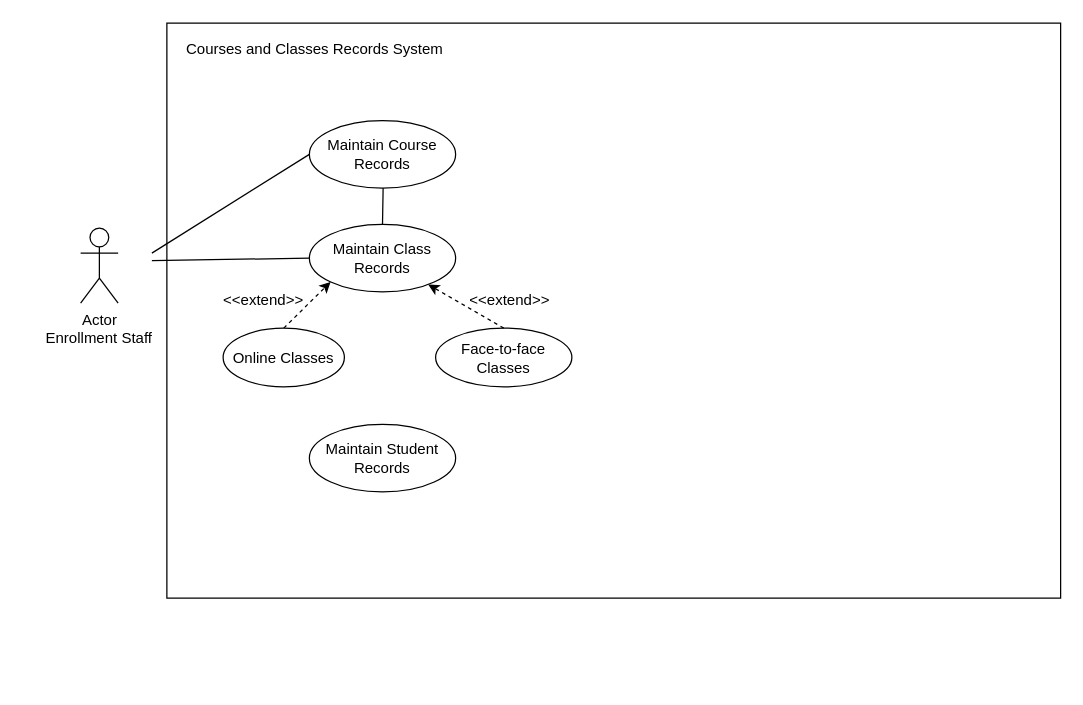
This is Untitled Diagram.drawio from kincaidtk901/Workspace, a draw.io file, before an edit. Source tidied: cells renumbered, new cells numbered last; positions are measured from the earlier drawing's top-left corner, leaving out a move shared by most shapes. Both pictures are drawn from the tidied source at 125%, with x=0, y=0 at pixel (21, 22).
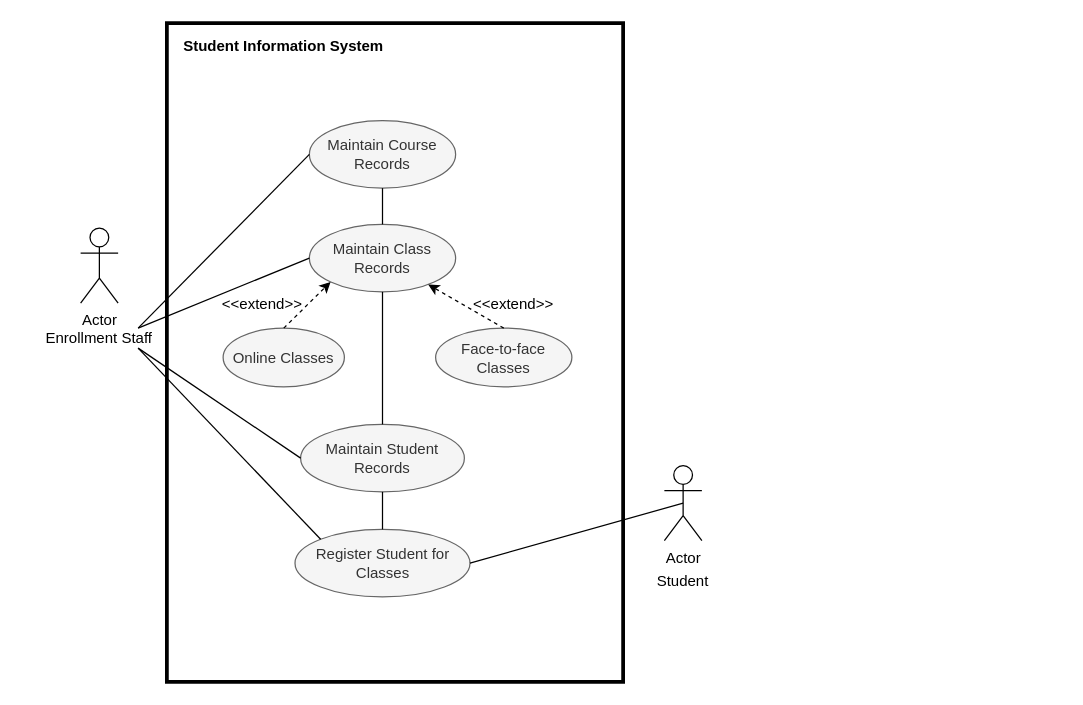
After the change.

The change refers to these unchanged cells:
```xml
<mxCell id="16" value="Enrollment Staff" style="text;html=1;strokeColor=none;fillColor=none;align=center;verticalAlign=middle;whiteSpace=wrap;rounded=0;" parent="1" vertex="1">
  <mxGeometry y="244" width="124" height="16" as="geometry" />
</mxCell>
```

Change to the diagram source:
```diff
@@
-    <mxCell id="2" style="rounded=0;whiteSpace=wrap;html=1;fillColor=none;" parent="1" vertex="1">
-      <mxGeometry x="116" width="715" height="460" as="geometry" />
+    <mxCell id="2" style="rounded=0;whiteSpace=wrap;html=1;strokeWidth=3;" parent="1" vertex="1">
+      <mxGeometry x="116" width="365" height="527" as="geometry" />
     </mxCell>
@@
-    <mxCell id="4" value="Maintain Course Records" style="ellipse;whiteSpace=wrap;html=1;fillColor=none;" parent="1" vertex="1">
+    <mxCell id="4" value="Maintain Course Records" style="ellipse;whiteSpace=wrap;html=1;fillColor=#f5f5f5;strokeColor=#666666;fontColor=#333333;" parent="1" vertex="1">
       <mxGeometry x="230" y="78" width="117" height="54" as="geometry" />
     </mxCell>
-    <mxCell id="5" value="Maintain Class Records" style="ellipse;whiteSpace=wrap;html=1;fillColor=none;" parent="1" vertex="1">
+    <mxCell id="5" value="Maintain Class Records" style="ellipse;whiteSpace=wrap;html=1;fillColor=#f5f5f5;strokeColor=#666666;fontColor=#333333;" parent="1" vertex="1">
       <mxGeometry x="230" y="161" width="117" height="54" as="geometry" />
     </mxCell>
-    <mxCell id="6" value="Face-to-face Classes" style="ellipse;whiteSpace=wrap;html=1;fillColor=none;" parent="1" vertex="1">
+    <mxCell id="6" value="Face-to-face Classes" style="ellipse;whiteSpace=wrap;html=1;fillColor=#f5f5f5;strokeColor=#666666;fontColor=#333333;" parent="1" vertex="1">
       <mxGeometry x="331" y="244" width="109" height="47" as="geometry" />
     </mxCell>
-    <mxCell id="7" value="Online Classes" style="ellipse;whiteSpace=wrap;html=1;fillColor=none;" parent="1" vertex="1">
+    <mxCell id="7" value="Online Classes" style="ellipse;whiteSpace=wrap;html=1;fillColor=#f5f5f5;strokeColor=#666666;fontColor=#333333;" parent="1" vertex="1">
       <mxGeometry x="161" y="244" width="97" height="47" as="geometry" />
     </mxCell>
@@
     <mxCell id="9" value="&amp;lt;&amp;lt;extend&amp;gt;&amp;gt;" style="text;html=1;align=center;verticalAlign=middle;" parent="1" vertex="1">
-      <mxGeometry x="156" y="213" width="74" height="18" as="geometry" />
+      <mxGeometry x="155" y="216" width="74" height="18" as="geometry" />
     </mxCell>
@@
     <mxCell id="11" value="&amp;lt;&amp;lt;extend&amp;gt;&amp;gt;" style="text;html=1;align=center;verticalAlign=middle;" parent="1" vertex="1">
-      <mxGeometry x="353" y="213" width="74" height="18" as="geometry" />
+      <mxGeometry x="356" y="216" width="74" height="18" as="geometry" />
     </mxCell>
-    <mxCell id="12" value="Courses and Classes Records System" style="text;html=1;align=center;verticalAlign=middle;" parent="1" vertex="1">
-      <mxGeometry x="126" y="12" width="215" height="18" as="geometry" />
+    <mxCell id="12" value="&lt;b&gt;Student Information System&lt;/b&gt;" style="text;html=1;align=center;verticalAlign=middle;" parent="1" vertex="1">
+      <mxGeometry x="124" y="10" width="170" height="18" as="geometry" />
     </mxCell>
-    <mxCell id="13" style="endArrow=none;html=1;entryX=0;entryY=0.5;entryDx=0;entryDy=0;" parent="1" edge="1" target="4">
-      <mxGeometry relative="1" as="geometry">
-        <mxPoint x="104" y="184" as="sourcePoint" />
-      </mxGeometry>
+    <mxCell id="13" style="endArrow=none;html=1;entryX=0;entryY=0.5;entryDx=0;entryDy=0;exitX=0.75;exitY=0;exitDx=0;exitDy=0;" parent="1" edge="1" source="16" target="4">
+      <mxGeometry relative="1" as="geometry" />
     </mxCell>
-    <mxCell id="14" style="endArrow=none;html=1;exitX=0.5;exitY=0;exitDx=0;exitDy=0;" parent="1" edge="1" source="5">
-      <mxGeometry relative="1" as="geometry">
-        <mxPoint x="289" y="132" as="targetPoint" />
-      </mxGeometry>
+    <mxCell id="14" style="endArrow=none;html=1;exitX=0.5;exitY=0;exitDx=0;exitDy=0;" parent="1" edge="1" source="5" target="4">
+      <mxGeometry relative="1" as="geometry" />
     </mxCell>
-    <mxCell id="15" style="endArrow=none;html=1;entryX=0;entryY=0.5;entryDx=0;entryDy=0;" parent="1" edge="1" target="5">
-      <mxGeometry relative="1" as="geometry">
-        <mxPoint x="104" y="190" as="sourcePoint" />
-      </mxGeometry>
+    <mxCell id="15" style="endArrow=none;html=1;entryX=0;entryY=0.5;entryDx=0;entryDy=0;exitX=0.75;exitY=0;exitDx=0;exitDy=0;" parent="1" edge="1" source="16" target="5">
+      <mxGeometry relative="1" as="geometry" />
     </mxCell>
@@
-    <mxCell id="17" value="Maintain Student Records" style="ellipse;whiteSpace=wrap;html=1;fillColor=none;" parent="1" vertex="1">
-      <mxGeometry x="230" y="321" width="117" height="54" as="geometry" />
+    <mxCell id="17" value="Maintain Student Records" style="ellipse;whiteSpace=wrap;html=1;fillColor=#f5f5f5;strokeColor=#666666;fontColor=#333333;" parent="1" vertex="1">
+      <mxGeometry x="223" y="321" width="131" height="54" as="geometry" />
     </mxCell>
+    <mxCell id="18" value="Register Student for Classes" style="ellipse;whiteSpace=wrap;html=1;fillColor=#f5f5f5;strokeColor=#666666;fontColor=#333333;" parent="1" vertex="1">
+      <mxGeometry x="218.5" y="405" width="140" height="54" as="geometry" />
+    </mxCell>
+    <mxCell id="19" value="Actor" style="shape=umlActor;verticalLabelPosition=bottom;verticalAlign=top;html=1;outlineConnect=0;fillColor=none;" parent="1" vertex="1">
+      <mxGeometry x="514" y="354" width="30" height="60" as="geometry" />
+    </mxCell>
+    <mxCell id="20" value="Student" style="text;html=1;strokeColor=none;fillColor=none;align=center;verticalAlign=middle;whiteSpace=wrap;rounded=0;" parent="1" vertex="1">
+      <mxGeometry x="509" y="437" width="40" height="20" as="geometry" />
+    </mxCell>
+    <mxCell id="21" style="endArrow=none;html=1;entryX=1;entryY=0.5;entryDx=0;entryDy=0;exitX=0.5;exitY=0.5;exitDx=0;exitDy=0;exitPerimeter=0;" parent="1" edge="1" source="19" target="18">
+      <mxGeometry relative="1" as="geometry" />
+    </mxCell>
+    <mxCell id="22" style="endArrow=none;html=1;entryX=0;entryY=0.5;entryDx=0;entryDy=0;exitX=0.75;exitY=1;exitDx=0;exitDy=0;" parent="1" edge="1" source="16" target="17">
+      <mxGeometry relative="1" as="geometry" />
+    </mxCell>
+    <mxCell id="23" style="endArrow=none;html=1;entryX=0.5;entryY=1;entryDx=0;entryDy=0;exitX=0.5;exitY=0;exitDx=0;exitDy=0;" parent="1" edge="1" source="17" target="5">
+      <mxGeometry relative="1" as="geometry" />
+    </mxCell>
+    <mxCell id="24" style="endArrow=none;html=1;entryX=0;entryY=0;entryDx=0;entryDy=0;exitX=0.75;exitY=1;exitDx=0;exitDy=0;" parent="1" edge="1" source="16" target="18">
+      <mxGeometry relative="1" as="geometry" />
+    </mxCell>
+    <mxCell id="25" style="endArrow=none;html=1;entryX=0.5;entryY=0;entryDx=0;entryDy=0;" parent="1" edge="1" source="17" target="18">
+      <mxGeometry relative="1" as="geometry" />
+    </mxCell>
```
